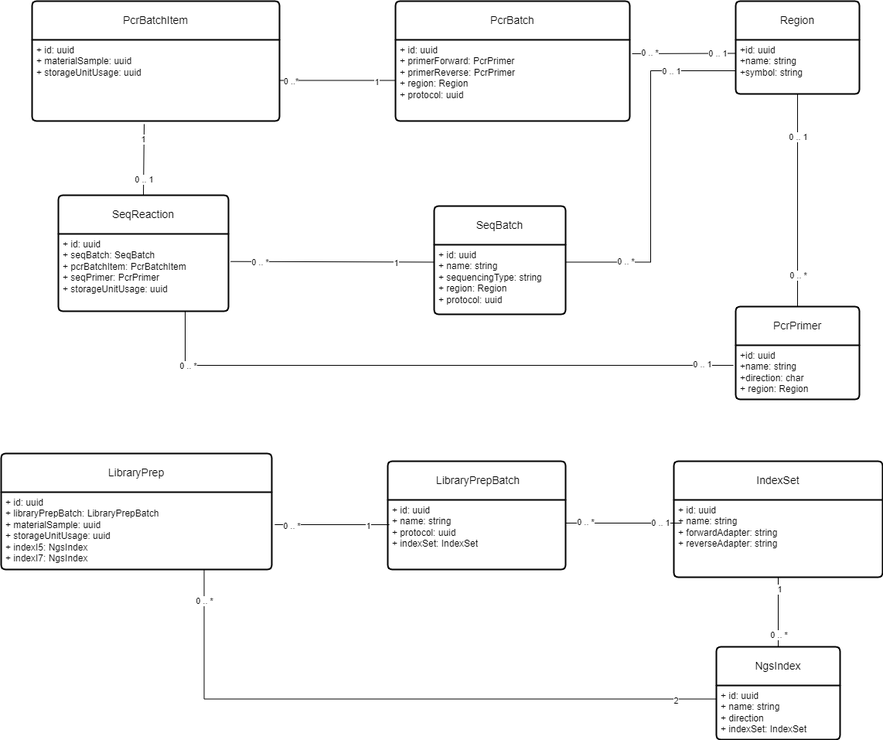
The draw.io diagram docs/sequencingModule.drawio.png in AAFC-BICoE/seqdb-api, before a commit. Source tidied: cells renumbered, new cells last; positions are measured from the earlier drawing's top-left corner, leaving out a move shared by most shapes.
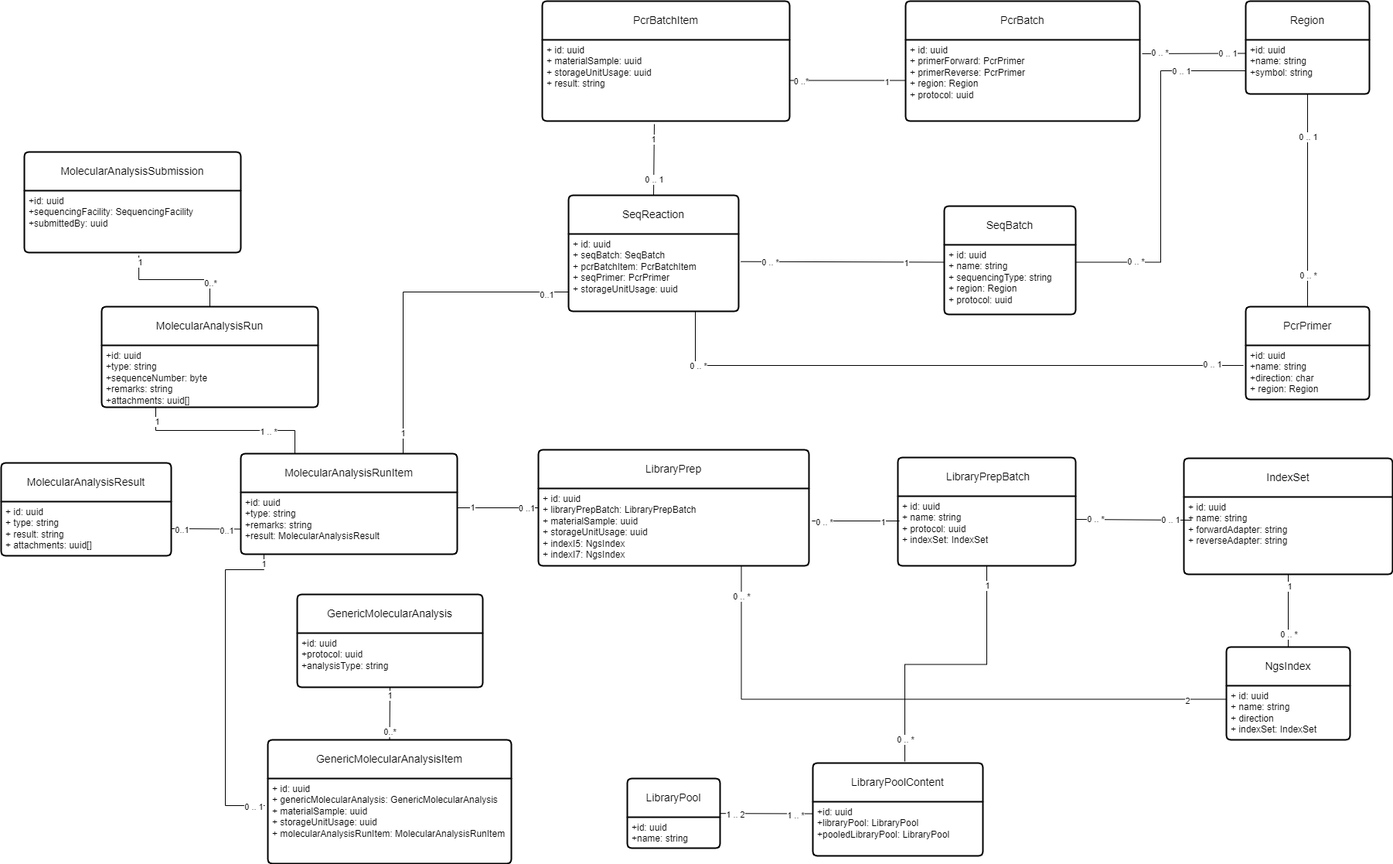
The same diagram one commit later.

Diff of the diagram source:
```diff
@@ -5,7 +5,7 @@
     <mxCell id="2" value="PcrBatchItem" style="swimlane;horizontal=1;startSize=50;rounded=1;fontSize=14;fontStyle=0;strokeWidth=2;shadow=0;dashed=0;align=center;arcSize=4;whiteSpace=wrap;html=1;" parent="1" vertex="1">
       <mxGeometry x="40" width="320" height="155" as="geometry" />
     </mxCell>
-    <mxCell id="3" value="+ id: uuid&lt;br&gt;+ materialSample: uuid&lt;br&gt;+ storageUnitUsage: uuid" style="align=left;strokeColor=none;fillColor=none;spacingLeft=4;fontSize=12;verticalAlign=top;html=1;" parent="2" vertex="1">
+    <mxCell id="3" value="+ id: uuid&lt;br&gt;+ materialSample: uuid&lt;br&gt;+ storageUnitUsage: uuid&lt;div&gt;+ result: string&lt;/div&gt;" style="align=left;strokeColor=none;fillColor=none;spacingLeft=4;fontSize=12;verticalAlign=top;html=1;" parent="2" vertex="1">
       <mxGeometry y="50" width="320" height="105" as="geometry" />
     </mxCell>
     <mxCell id="4" value="PcrBatch" style="swimlane;horizontal=1;startSize=50;rounded=1;fontSize=14;fontStyle=0;strokeWidth=2;shadow=0;dashed=0;align=center;arcSize=4;whiteSpace=wrap;html=1;" parent="1" vertex="1">
@@ -108,19 +108,19 @@
       <mxGeometry x="-0.67" y="1" relative="1" as="geometry" />
     </mxCell>
     <mxCell id="35" value="LibraryPrep" style="swimlane;horizontal=1;startSize=50;rounded=1;fontSize=14;fontStyle=0;strokeWidth=2;shadow=0;dashed=0;align=center;arcSize=4;whiteSpace=wrap;html=1;" parent="1" vertex="1">
-      <mxGeometry y="585" width="350" height="150" as="geometry" />
+      <mxGeometry x="35" y="580" width="350" height="150" as="geometry" />
     </mxCell>
     <mxCell id="36" value="+ id: uuid&lt;br&gt;+ libraryPrepBatch: LibraryPrepBatch&lt;br&gt;+&amp;nbsp;materialSample: uuid&lt;div&gt;+&amp;nbsp;storageUnitUsage: uuid&lt;/div&gt;&lt;div&gt;+&amp;nbsp;indexI5: NgsIndex&lt;/div&gt;&lt;div&gt;+&amp;nbsp;indexI7: NgsIndex&lt;/div&gt;" style="align=left;strokeColor=none;fillColor=none;spacingLeft=4;fontSize=12;verticalAlign=top;html=1;" parent="35" vertex="1">
       <mxGeometry y="50" width="350" height="100" as="geometry" />
     </mxCell>
     <mxCell id="37" value="&amp;nbsp;LibraryPrepBatch" style="swimlane;horizontal=1;startSize=50;rounded=1;fontSize=14;fontStyle=0;strokeWidth=2;shadow=0;dashed=0;align=center;arcSize=4;whiteSpace=wrap;html=1;" parent="1" vertex="1">
-      <mxGeometry x="500" y="595" width="230" height="140" as="geometry" />
+      <mxGeometry x="500" y="590" width="230" height="140" as="geometry" />
     </mxCell>
     <mxCell id="38" value="+ id: uuid&lt;br&gt;+ name: string&lt;br&gt;+ protocol: uuid&lt;div&gt;+&amp;nbsp;indexSet: IndexSet&lt;/div&gt;" style="align=left;strokeColor=none;fillColor=none;spacingLeft=4;fontSize=12;verticalAlign=top;html=1;" parent="37" vertex="1">
       <mxGeometry y="50" width="230" height="90" as="geometry" />
     </mxCell>
     <mxCell id="39" value="IndexSet" style="swimlane;horizontal=1;startSize=50;rounded=1;fontSize=14;fontStyle=0;strokeWidth=2;shadow=0;dashed=0;align=center;arcSize=4;whiteSpace=wrap;html=1;" parent="1" vertex="1">
-      <mxGeometry x="870" y="595" width="270" height="150" as="geometry" />
+      <mxGeometry x="870" y="591" width="270" height="150" as="geometry" />
     </mxCell>
     <mxCell id="40" value="+ id: uuid&lt;br&gt;+ name: string&lt;br&gt;+&amp;nbsp;forwardAdapter: string&lt;div&gt;+&amp;nbsp;reverseAdapter: string&lt;/div&gt;" style="align=left;strokeColor=none;fillColor=none;spacingLeft=4;fontSize=12;verticalAlign=top;html=1;" parent="39" vertex="1">
       <mxGeometry y="50" width="270" height="100" as="geometry" />
@@ -169,5 +169,142 @@
         <mxPoint y="1" as="offset" />
       </mxGeometry>
     </mxCell>
+    <mxCell id="55" value="MolecularAnalysisResult" style="swimlane;horizontal=1;startSize=50;rounded=1;fontSize=14;fontStyle=0;strokeWidth=2;shadow=0;dashed=0;align=center;arcSize=4;whiteSpace=wrap;html=1;" parent="1" vertex="1">
+      <mxGeometry x="-660" y="597" width="220" height="120" as="geometry" />
+    </mxCell>
+    <mxCell id="56" value="+ id: uuid&lt;div&gt;+ type: string&lt;br&gt;+ result: string&lt;br&gt;+ attachments: uuid[]&lt;/div&gt;" style="align=left;strokeColor=none;fillColor=none;spacingLeft=4;fontSize=12;verticalAlign=top;html=1;" parent="55" vertex="1">
+      <mxGeometry y="50" width="220" height="70" as="geometry" />
+    </mxCell>
+    <mxCell id="57" value="GenericMolecularAnalysisItem" style="swimlane;horizontal=1;startSize=50;rounded=1;fontSize=14;fontStyle=0;strokeWidth=2;shadow=0;dashed=0;align=center;arcSize=4;whiteSpace=wrap;html=1;" parent="1" vertex="1">
+      <mxGeometry x="-315" y="955" width="315" height="160" as="geometry" />
+    </mxCell>
+    <mxCell id="58" value="+ id: uuid&lt;div style=&quot;&quot;&gt;+ g&lt;span style=&quot;text-align: center; text-wrap: wrap;&quot;&gt;enericMolecularAnalysis:&amp;nbsp;&lt;/span&gt;&lt;span style=&quot;text-align: center; text-wrap: wrap;&quot;&gt;GenericMolecularAnalysis&lt;/span&gt;&lt;br&gt;+&amp;nbsp;materialSample: uuid&lt;div&gt;+&amp;nbsp;storageUnitUsage: uuid&lt;/div&gt;&lt;div&gt;+ molecularAnalysisRunItem: M&lt;span style=&quot;background-color: initial;&quot;&gt;olecularAnalysisRunItem&lt;/span&gt;&lt;/div&gt;&lt;/div&gt;" style="align=left;strokeColor=none;fillColor=none;spacingLeft=4;fontSize=12;verticalAlign=top;html=1;" parent="57" vertex="1">
+      <mxGeometry y="50" width="315" height="110" as="geometry" />
+    </mxCell>
+    <mxCell id="59" value="GenericMolecularAnalysis" style="swimlane;horizontal=1;startSize=50;rounded=1;fontSize=14;fontStyle=0;strokeWidth=2;shadow=0;dashed=0;align=center;arcSize=4;whiteSpace=wrap;html=1;" parent="1" vertex="1">
+      <mxGeometry x="-277" y="767" width="240" height="120" as="geometry" />
+    </mxCell>
+    <mxCell id="60" value="+id: uuid&lt;br&gt;+protocol: uuid&lt;br&gt;+analysisType: string" style="align=left;strokeColor=none;fillColor=none;spacingLeft=4;fontSize=12;verticalAlign=top;html=1;" parent="59" vertex="1">
+      <mxGeometry y="50" width="240" height="70" as="geometry" />
+    </mxCell>
+    <mxCell id="61" style="endArrow=none;html=1;rounded=0;exitX=0.5;exitY=1;exitDx=0;exitDy=0;entryX=0.5;entryY=0;entryDx=0;entryDy=0;" parent="1" edge="1" source="60" target="57">
+      <mxGeometry relative="1" as="geometry" />
+    </mxCell>
+    <mxCell id="62" value="1" style="edgeLabel;html=1;align=center;verticalAlign=middle;" parent="61" vertex="1">
+      <mxGeometry x="-0.68" relative="1" as="geometry" />
+    </mxCell>
+    <mxCell id="63" value="0..*" style="edgeLabel;html=1;align=center;verticalAlign=middle;" parent="61" vertex="1">
+      <mxGeometry x="0.72" relative="1" as="geometry" />
+    </mxCell>
+    <mxCell id="64" value="MolecularAnalysisSubmission" style="swimlane;horizontal=1;startSize=50;rounded=1;fontSize=14;fontStyle=0;strokeWidth=2;shadow=0;dashed=0;align=center;arcSize=4;whiteSpace=wrap;html=1;" parent="1" vertex="1">
+      <mxGeometry x="-630" y="195" width="280" height="130" as="geometry" />
+    </mxCell>
+    <mxCell id="65" value="+id: uuid&lt;br&gt;+sequencingFacility: SequencingFacility&lt;br&gt;+submittedBy: uuid" style="align=left;strokeColor=none;fillColor=none;spacingLeft=4;fontSize=12;verticalAlign=top;html=1;" parent="64" vertex="1">
+      <mxGeometry y="50" width="280" height="80" as="geometry" />
+    </mxCell>
+    <mxCell id="66" value="MolecularAnalysisRun" style="swimlane;horizontal=1;startSize=50;rounded=1;fontSize=14;fontStyle=0;strokeWidth=2;shadow=0;dashed=0;align=center;arcSize=4;whiteSpace=wrap;html=1;" parent="1" vertex="1">
+      <mxGeometry x="-530" y="395" width="280" height="130" as="geometry" />
+    </mxCell>
+    <mxCell id="67" value="+id: uuid&lt;br&gt;+type: string&lt;div&gt;+sequenceNumber: byte&lt;br&gt;+remarks: string&lt;/div&gt;&lt;div&gt;+attachments: uuid[]&lt;/div&gt;" style="align=left;strokeColor=none;fillColor=none;spacingLeft=4;fontSize=12;verticalAlign=top;html=1;" parent="66" vertex="1">
+      <mxGeometry y="50" width="280" height="80" as="geometry" />
+    </mxCell>
+    <mxCell id="68" style="endArrow=none;html=1;rounded=0;exitX=0.529;exitY=1.05;exitDx=0;exitDy=0;exitPerimeter=0;entryX=0.5;entryY=0;entryDx=0;entryDy=0;edgeStyle=orthogonalEdgeStyle;" parent="1" edge="1" source="65" target="66">
+      <mxGeometry relative="1" as="geometry" />
+    </mxCell>
+    <mxCell id="69" value="0..*" style="edgeLabel;html=1;align=center;verticalAlign=middle;" parent="68" vertex="1">
+      <mxGeometry x="0.61" relative="1" as="geometry" />
+    </mxCell>
+    <mxCell id="70" value="1" style="edgeLabel;html=1;align=center;verticalAlign=middle;" parent="68" vertex="1">
+      <mxGeometry x="-0.9" y="1" relative="1" as="geometry" />
+    </mxCell>
+    <mxCell id="71" value="MolecularAnalysisRunItem" style="swimlane;horizontal=1;startSize=50;rounded=1;fontSize=14;fontStyle=0;strokeWidth=2;shadow=0;dashed=0;align=center;arcSize=4;whiteSpace=wrap;html=1;" parent="1" vertex="1">
+      <mxGeometry x="-350" y="585" width="280" height="130" as="geometry" />
+    </mxCell>
+    <mxCell id="72" value="+id: uuid&lt;br&gt;+type: string&lt;br&gt;+remarks: string&lt;div&gt;+result: MolecularAnalysisResult&lt;/div&gt;" style="align=left;strokeColor=none;fillColor=none;spacingLeft=4;fontSize=12;verticalAlign=top;html=1;" parent="71" vertex="1">
+      <mxGeometry y="50" width="280" height="80" as="geometry" />
+    </mxCell>
+    <mxCell id="73" style="endArrow=none;html=1;rounded=0;exitX=0.75;exitY=0;exitDx=0;exitDy=0;entryX=0;entryY=0.75;entryDx=0;entryDy=0;edgeStyle=orthogonalEdgeStyle;" parent="1" edge="1" source="71" target="22">
+      <mxGeometry relative="1" as="geometry" />
+    </mxCell>
+    <mxCell id="74" value="1" style="edgeLabel;html=1;align=center;verticalAlign=middle;" parent="73" vertex="1">
+      <mxGeometry x="-0.87" y="1" relative="1" as="geometry" />
+    </mxCell>
+    <mxCell id="75" value="0..1" style="edgeLabel;html=1;align=center;verticalAlign=middle;" parent="73" vertex="1">
+      <mxGeometry x="0.86" y="-3" relative="1" as="geometry" />
+    </mxCell>
+    <mxCell id="76" style="endArrow=none;html=1;rounded=0;exitX=1;exitY=0.5;exitDx=0;exitDy=0;entryX=0;entryY=0.75;entryDx=0;entryDy=0;" parent="1" edge="1" source="56" target="71">
+      <mxGeometry relative="1" as="geometry" />
+    </mxCell>
+    <mxCell id="77" value="0..1" style="edgeLabel;html=1;align=center;verticalAlign=middle;" parent="76" vertex="1">
+      <mxGeometry x="-0.69" y="-1" relative="1" as="geometry" />
+    </mxCell>
+    <mxCell id="78" value="0..1" style="edgeLabel;html=1;align=center;verticalAlign=middle;" parent="76" vertex="1">
+      <mxGeometry x="0.6" y="-2" relative="1" as="geometry" />
+    </mxCell>
+    <mxCell id="79" style="endArrow=none;html=1;rounded=0;exitX=0.25;exitY=1;exitDx=0;exitDy=0;entryX=0.25;entryY=0;entryDx=0;entryDy=0;edgeStyle=orthogonalEdgeStyle;" parent="1" edge="1" source="67" target="71">
+      <mxGeometry relative="1" as="geometry" />
+    </mxCell>
+    <mxCell id="80" value="1 .. *" style="edgeLabel;html=1;align=center;verticalAlign=middle;" parent="79" vertex="1">
+      <mxGeometry x="0.46" y="-1" relative="1" as="geometry" />
+    </mxCell>
+    <mxCell id="81" value="1" style="edgeLabel;html=1;align=center;verticalAlign=middle;" parent="79" vertex="1">
+      <mxGeometry x="-0.85" y="1" relative="1" as="geometry" />
+    </mxCell>
+    <mxCell id="82" value="LibraryPool" style="swimlane;horizontal=1;startSize=50;rounded=1;fontSize=14;fontStyle=0;strokeWidth=2;shadow=0;dashed=0;align=center;arcSize=4;whiteSpace=wrap;html=1;" parent="1" vertex="1">
+      <mxGeometry x="150" y="1005" width="120" height="90" as="geometry" />
+    </mxCell>
+    <mxCell id="83" value="+id: uuid&lt;br&gt;+name: string" style="align=left;strokeColor=none;fillColor=none;spacingLeft=4;fontSize=12;verticalAlign=top;html=1;" parent="82" vertex="1">
+      <mxGeometry y="50" width="120" height="40" as="geometry" />
+    </mxCell>
+    <mxCell id="84" value="LibraryPoolContent" style="swimlane;horizontal=1;startSize=50;rounded=1;fontSize=14;fontStyle=0;strokeWidth=2;shadow=0;dashed=0;align=center;arcSize=4;whiteSpace=wrap;html=1;" parent="1" vertex="1">
+      <mxGeometry x="390" y="985" width="220" height="120" as="geometry" />
+    </mxCell>
+    <mxCell id="85" value="+id: uuid&lt;br&gt;+libraryPool: LibraryPool&lt;div&gt;+pooledLibraryPool: LibraryPool&lt;/div&gt;" style="align=left;strokeColor=none;fillColor=none;spacingLeft=4;fontSize=12;verticalAlign=top;html=1;" parent="84" vertex="1">
+      <mxGeometry y="50" width="220" height="70" as="geometry" />
+    </mxCell>
+    <mxCell id="86" style="endArrow=none;html=1;rounded=0;entryX=0.5;entryY=1;entryDx=0;entryDy=0;exitX=0.541;exitY=-0.017;exitDx=0;exitDy=0;exitPerimeter=0;edgeStyle=orthogonalEdgeStyle;" parent="1" edge="1" source="84" target="38">
+      <mxGeometry relative="1" as="geometry" />
+    </mxCell>
+    <mxCell id="87" value="1" style="edgeLabel;html=1;align=center;verticalAlign=middle;" parent="86" vertex="1">
+      <mxGeometry x="0.85" relative="1" as="geometry" />
+    </mxCell>
+    <mxCell id="88" value="0 .. *" style="edgeLabel;html=1;align=center;verticalAlign=middle;" parent="86" vertex="1">
+      <mxGeometry x="-0.84" relative="1" as="geometry" />
+    </mxCell>
+    <mxCell id="89" style="endArrow=none;html=1;rounded=0;entryX=0;entryY=0.25;entryDx=0;entryDy=0;" parent="1" edge="1" source="82">
+      <mxGeometry relative="1" as="geometry">
+        <mxPoint x="390" y="1050.5" as="targetPoint" />
+      </mxGeometry>
+    </mxCell>
+    <mxCell id="90" value="1 .. 2" style="edgeLabel;html=1;align=center;verticalAlign=middle;" parent="89" vertex="1">
+      <mxGeometry x="-0.67" y="-1" relative="1" as="geometry" />
+    </mxCell>
+    <mxCell id="91" value="1 .. *" style="edgeLabel;html=1;align=center;verticalAlign=middle;" parent="89" vertex="1">
+      <mxGeometry x="0.63" y="-2" relative="1" as="geometry" />
+    </mxCell>
+    <mxCell id="92" style="endArrow=none;html=1;rounded=0;entryX=-0.013;entryY=0.318;entryDx=0;entryDy=0;entryPerimeter=0;exitX=0.107;exitY=1;exitDx=0;exitDy=0;exitPerimeter=0;edgeStyle=orthogonalEdgeStyle;" parent="1" edge="1" source="72" target="58">
+      <mxGeometry relative="1" as="geometry">
+        <Array as="points">
+          <mxPoint x="-320" y="735" />
+          <mxPoint x="-370" y="735" />
+          <mxPoint x="-370" y="1040" />
+        </Array>
+      </mxGeometry>
+    </mxCell>
+    <mxCell id="93" value="1" style="edgeLabel;html=1;align=center;verticalAlign=middle;" parent="92" vertex="1">
+      <mxGeometry x="-0.94" relative="1" as="geometry" />
+    </mxCell>
+    <mxCell id="94" value="0 .. 1" style="edgeLabel;html=1;align=center;verticalAlign=middle;" parent="92" vertex="1">
+      <mxGeometry x="0.93" y="-2" relative="1" as="geometry" />
+    </mxCell>
+    <mxCell id="95" style="endArrow=none;html=1;rounded=0;exitX=1;exitY=0.25;exitDx=0;exitDy=0;entryX=0;entryY=0.25;entryDx=0;entryDy=0;edgeStyle=orthogonalEdgeStyle;" parent="1" edge="1" source="72" target="36">
+      <mxGeometry relative="1" as="geometry" />
+    </mxCell>
+    <mxCell id="96" value="0 ..1" style="edgeLabel;html=1;align=center;verticalAlign=middle;" parent="95" vertex="1">
+      <mxGeometry x="0.7" relative="1" as="geometry" />
+    </mxCell>
+    <mxCell id="97" value="1" style="edgeLabel;html=1;align=center;verticalAlign=middle;" parent="95" vertex="1">
+      <mxGeometry x="-0.64" y="1" relative="1" as="geometry" />
+    </mxCell>
   </root>
 </mxGraphModel>
```
